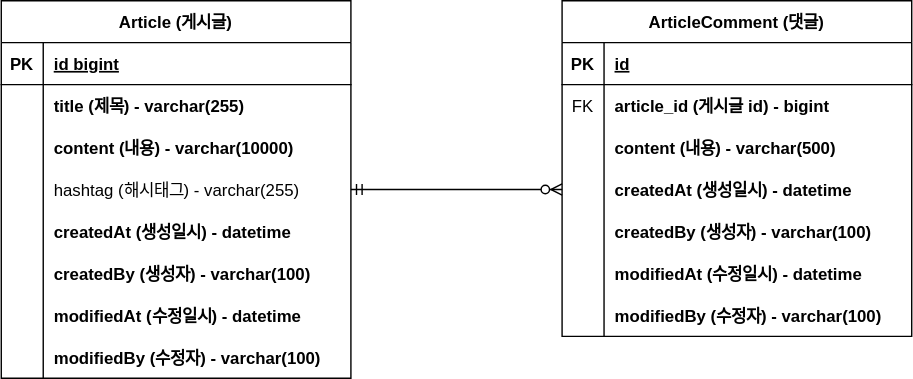
Before: document/23.08.13 - domain.drawio.svg, a diagram exported from draw.io (creedboygit/springboot-board). Source tidied: cells renumbered, new cells last; positions are measured from the earlier drawing's top-left corner, leaving out a move shared by most shapes.
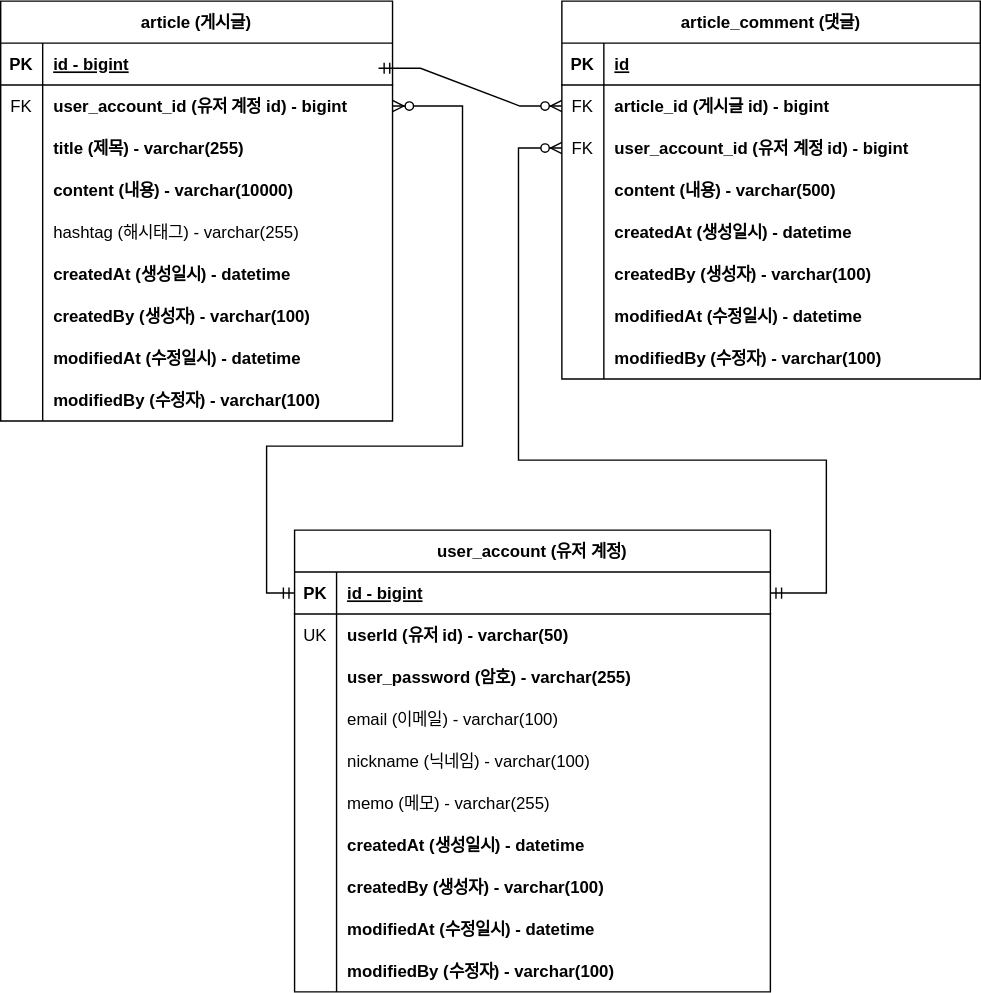
Later version of the same file.

Commit message:
23.08.13 - domain.drawio.svg이 추가되었습니다.

Diff of the diagram source:
```diff
@@ -4,7 +4,7 @@
     <mxCell id="1" parent="0" />
-    <mxCell id="2" value="Article (게시글)" style="shape=table;startSize=30;rowLines=0;fontStyle=1;align=center;" parent="1" vertex="1">
-      <mxGeometry y="90" width="250" height="270" as="geometry" />
+    <mxCell id="2" value="article (게시글)" style="shape=table;startSize=30;rowLines=0;fontStyle=1;align=center;" parent="1" vertex="1">
+      <mxGeometry y="90" width="280" height="300" as="geometry" />
     </mxCell>
     <mxCell id="3" style="shape=partialRectangle;fillColor=none;top=0;left=0;right=0;bottom=1;" parent="2" vertex="1">
-      <mxGeometry y="30" width="250" height="30" as="geometry" />
+      <mxGeometry y="30" width="280" height="30" as="geometry" />
     </mxCell>
@@ -13,16 +13,25 @@
     </mxCell>
-    <mxCell id="5" value="id bigint" style="shape=partialRectangle;overflow=hidden;fillColor=none;top=0;left=0;bottom=0;right=0;align=left;spacingLeft=6;fontStyle=5;" parent="3" vertex="1">
-      <mxGeometry x="30" width="220" height="30" as="geometry" />
+    <mxCell id="5" value="id - bigint" style="shape=partialRectangle;overflow=hidden;fillColor=none;top=0;left=0;bottom=0;right=0;align=left;spacingLeft=6;fontStyle=5;" parent="3" vertex="1">
+      <mxGeometry x="30" width="250" height="30" as="geometry" />
     </mxCell>
     <mxCell id="6" style="shape=partialRectangle;fillColor=none;points=[[0,0.5],[1,0.5]];portConstraint=eastwest;top=0;left=0;right=0;bottom=0;" parent="2" vertex="1">
-      <mxGeometry y="60" width="250" height="30" as="geometry" />
+      <mxGeometry y="60" width="280" height="30" as="geometry" />
     </mxCell>
-    <mxCell id="7" style="shape=partialRectangle;overflow=hidden;fillColor=none;top=0;left=0;bottom=0;right=0;" parent="6" vertex="1">
+    <mxCell id="7" value="FK" style="shape=partialRectangle;overflow=hidden;fillColor=none;top=0;left=0;bottom=0;right=0;" parent="6" vertex="1">
       <mxGeometry width="30" height="30" as="geometry" />
     </mxCell>
-    <mxCell id="8" value="title (제목) - varchar(255)" style="shape=partialRectangle;overflow=hidden;fillColor=none;top=0;left=0;bottom=0;right=0;align=left;spacingLeft=6;fontStyle=1;" parent="6" vertex="1">
-      <mxGeometry x="30" width="220" height="30" as="geometry" />
+    <mxCell id="8" value="user_account_id (유저 계정 id) - bigint" style="shape=partialRectangle;overflow=hidden;fillColor=none;top=0;left=0;bottom=0;right=0;align=left;spacingLeft=6;fontStyle=1;" parent="6" vertex="1">
+      <mxGeometry x="30" width="250" height="30" as="geometry" />
     </mxCell>
+    <mxCell id="50" style="shape=partialRectangle;fillColor=none;top=0;left=0;right=0;bottom=0;" parent="2" vertex="1">
+      <mxGeometry y="90" width="280" height="30" as="geometry" />
+    </mxCell>
+    <mxCell id="51" style="shape=partialRectangle;overflow=hidden;fillColor=none;top=0;left=0;bottom=0;right=0;" parent="50" vertex="1">
+      <mxGeometry width="30" height="30" as="geometry" />
+    </mxCell>
+    <mxCell id="52" value="title (제목) - varchar(255)" style="shape=partialRectangle;overflow=hidden;fillColor=none;top=0;left=0;bottom=0;right=0;align=left;spacingLeft=6;fontStyle=1;" parent="50" vertex="1">
+      <mxGeometry x="30" width="250" height="30" as="geometry" />
+    </mxCell>
     <mxCell id="9" style="shape=partialRectangle;fillColor=none;top=0;left=0;right=0;bottom=0;" parent="2" vertex="1">
-      <mxGeometry y="90" width="250" height="30" as="geometry" />
+      <mxGeometry y="120" width="280" height="30" as="geometry" />
     </mxCell>
@@ -32,6 +41,6 @@
     <mxCell id="11" value="content (내용) - varchar(10000)" style="shape=partialRectangle;overflow=hidden;fillColor=none;top=0;left=0;bottom=0;right=0;align=left;spacingLeft=6;fontStyle=1;" parent="9" vertex="1">
-      <mxGeometry x="30" width="220" height="30" as="geometry" />
+      <mxGeometry x="30" width="250" height="30" as="geometry" />
     </mxCell>
     <mxCell id="12" style="shape=partialRectangle;fillColor=none;points=[[0,0.5],[1,0.5]];portConstraint=eastwest;top=0;left=0;right=0;bottom=0;" parent="2" vertex="1">
-      <mxGeometry y="120" width="250" height="30" as="geometry" />
+      <mxGeometry y="150" width="280" height="30" as="geometry" />
     </mxCell>
@@ -41,6 +50,6 @@
     <mxCell id="14" value="hashtag (해시태그) - varchar(255)" style="shape=partialRectangle;overflow=hidden;fillColor=none;top=0;left=0;bottom=0;right=0;align=left;spacingLeft=6;" parent="12" vertex="1">
-      <mxGeometry x="30" width="220" height="30" as="geometry" />
+      <mxGeometry x="30" width="250" height="30" as="geometry" />
     </mxCell>
     <mxCell id="15" style="shape=partialRectangle;fillColor=none;top=0;left=0;right=0;bottom=0;" parent="2" vertex="1">
-      <mxGeometry y="150" width="250" height="30" as="geometry" />
+      <mxGeometry y="180" width="280" height="30" as="geometry" />
     </mxCell>
@@ -50,6 +59,6 @@
     <mxCell id="17" value="createdAt (생성일시) - datetime" style="shape=partialRectangle;overflow=hidden;fillColor=none;top=0;left=0;bottom=0;right=0;align=left;spacingLeft=6;fontStyle=1;" parent="15" vertex="1">
-      <mxGeometry x="30" width="220" height="30" as="geometry" />
+      <mxGeometry x="30" width="250" height="30" as="geometry" />
     </mxCell>
     <mxCell id="18" style="shape=partialRectangle;fillColor=none;top=0;left=0;right=0;bottom=0;" parent="2" vertex="1">
-      <mxGeometry y="180" width="250" height="30" as="geometry" />
+      <mxGeometry y="210" width="280" height="30" as="geometry" />
     </mxCell>
@@ -59,6 +68,6 @@
     <mxCell id="20" value="createdBy (생성자) - varchar(100)" style="shape=partialRectangle;overflow=hidden;fillColor=none;top=0;left=0;bottom=0;right=0;align=left;spacingLeft=6;fontStyle=1;" parent="18" vertex="1">
-      <mxGeometry x="30" width="220" height="30" as="geometry" />
+      <mxGeometry x="30" width="250" height="30" as="geometry" />
     </mxCell>
     <mxCell id="21" style="shape=partialRectangle;fillColor=none;top=0;left=0;right=0;bottom=0;" parent="2" vertex="1">
-      <mxGeometry y="210" width="250" height="30" as="geometry" />
+      <mxGeometry y="240" width="280" height="30" as="geometry" />
     </mxCell>
@@ -68,6 +77,6 @@
     <mxCell id="23" value="modifiedAt (수정일시) - datetime" style="shape=partialRectangle;overflow=hidden;fillColor=none;top=0;left=0;bottom=0;right=0;align=left;spacingLeft=6;fontStyle=1;" parent="21" vertex="1">
-      <mxGeometry x="30" width="220" height="30" as="geometry" />
+      <mxGeometry x="30" width="250" height="30" as="geometry" />
     </mxCell>
     <mxCell id="24" style="shape=partialRectangle;fillColor=none;top=0;left=0;right=0;bottom=0;" parent="2" vertex="1">
-      <mxGeometry y="240" width="250" height="30" as="geometry" />
+      <mxGeometry y="270" width="280" height="30" as="geometry" />
     </mxCell>
@@ -77,9 +86,9 @@
     <mxCell id="26" value="modifiedBy (수정자) - varchar(100)" style="shape=partialRectangle;overflow=hidden;fillColor=none;top=0;left=0;bottom=0;right=0;align=left;spacingLeft=6;fontStyle=1;" parent="24" vertex="1">
-      <mxGeometry x="30" width="220" height="30" as="geometry" />
+      <mxGeometry x="30" width="250" height="30" as="geometry" />
     </mxCell>
-    <mxCell id="27" value="ArticleComment (댓글)" style="shape=table;startSize=30;rowLines=0;fontStyle=1;align=center;" parent="1" vertex="1">
-      <mxGeometry x="401" y="90" width="250" height="240" as="geometry" />
+    <mxCell id="27" value="article_comment (댓글)" style="shape=table;startSize=30;rowLines=0;fontStyle=1;align=center;" parent="1" vertex="1">
+      <mxGeometry x="401" y="90" width="299" height="270" as="geometry" />
     </mxCell>
     <mxCell id="28" style="shape=partialRectangle;fillColor=none;top=0;left=0;right=0;bottom=1;" parent="27" vertex="1">
-      <mxGeometry y="30" width="250" height="30" as="geometry" />
+      <mxGeometry y="30" width="299" height="30" as="geometry" />
     </mxCell>
@@ -89,6 +98,6 @@
     <mxCell id="30" value="id" style="shape=partialRectangle;overflow=hidden;fillColor=none;top=0;left=0;bottom=0;right=0;align=left;spacingLeft=6;fontStyle=5;" parent="28" vertex="1">
-      <mxGeometry x="30" width="220" height="30" as="geometry" />
+      <mxGeometry x="30" width="269" height="30" as="geometry" />
     </mxCell>
     <mxCell id="31" style="shape=partialRectangle;fillColor=none;points=[[0,0.5],[1,0.5]];portConstraint=eastwest;top=0;left=0;right=0;bottom=0;" parent="27" vertex="1">
-      <mxGeometry y="60" width="250" height="30" as="geometry" />
+      <mxGeometry y="60" width="299" height="30" as="geometry" />
     </mxCell>
@@ -98,15 +107,24 @@
     <mxCell id="33" value="article_id (게시글 id) - bigint" style="shape=partialRectangle;overflow=hidden;fillColor=none;top=0;left=0;bottom=0;right=0;align=left;spacingLeft=6;fontStyle=1;" parent="31" vertex="1">
-      <mxGeometry x="30" width="220" height="30" as="geometry" />
+      <mxGeometry x="30" width="269" height="30" as="geometry" />
     </mxCell>
-    <mxCell id="34" style="shape=partialRectangle;fillColor=none;top=0;left=0;right=0;bottom=0;" parent="27" vertex="1">
-      <mxGeometry y="90" width="250" height="30" as="geometry" />
-    </mxCell>
-    <mxCell id="35" style="shape=partialRectangle;overflow=hidden;fillColor=none;top=0;left=0;bottom=0;right=0;" parent="34" vertex="1">
-      <mxGeometry width="30" height="30" as="geometry" />
-    </mxCell>
+    <mxCell id="53" style="shape=partialRectangle;fillColor=none;points=[[0,0.5],[1,0.5]];portConstraint=eastwest;top=0;left=0;right=0;bottom=0;" parent="27" vertex="1">
+      <mxGeometry y="90" width="299" height="30" as="geometry" />
+    </mxCell>
+    <mxCell id="54" value="FK" style="shape=partialRectangle;overflow=hidden;fillColor=none;top=0;left=0;bottom=0;right=0;" parent="53" vertex="1">
+      <mxGeometry width="30" height="30" as="geometry" />
+    </mxCell>
+    <mxCell id="55" value="user_account_id (유저 계정 id) - bigint" style="shape=partialRectangle;overflow=hidden;fillColor=none;top=0;left=0;bottom=0;right=0;align=left;spacingLeft=6;fontStyle=1;" parent="53" vertex="1">
+      <mxGeometry x="30" width="269" height="30" as="geometry" />
+    </mxCell>
+    <mxCell id="56" style="shape=partialRectangle;fillColor=none;top=0;left=0;right=0;bottom=0;" parent="27" vertex="1">
+      <mxGeometry y="120" width="299" height="30" as="geometry" />
+    </mxCell>
+    <mxCell id="57" style="shape=partialRectangle;overflow=hidden;fillColor=none;top=0;left=0;bottom=0;right=0;" parent="56" vertex="1">
+      <mxGeometry width="30" height="30" as="geometry" />
+    </mxCell>
-    <mxCell id="36" value="content (내용) - varchar(500)" style="shape=partialRectangle;overflow=hidden;fillColor=none;top=0;left=0;bottom=0;right=0;align=left;spacingLeft=6;fontStyle=1;" parent="34" vertex="1">
-      <mxGeometry x="30" width="220" height="30" as="geometry" />
+    <mxCell id="36" value="content (내용) - varchar(500)" style="shape=partialRectangle;overflow=hidden;fillColor=none;top=0;left=0;bottom=0;right=0;align=left;spacingLeft=6;fontStyle=1;" parent="56" vertex="1">
+      <mxGeometry x="30" width="269" height="30" as="geometry" />
     </mxCell>
     <mxCell id="37" style="shape=partialRectangle;fillColor=none;points=[[0,0.5],[1,0.5]];portConstraint=eastwest;top=0;left=0;right=0;bottom=0;" parent="27" vertex="1">
-      <mxGeometry y="120" width="250" height="30" as="geometry" />
+      <mxGeometry y="150" width="299" height="30" as="geometry" />
     </mxCell>
@@ -116,6 +134,6 @@
     <mxCell id="39" value="createdAt (생성일시) - datetime" style="shape=partialRectangle;overflow=hidden;fillColor=none;top=0;left=0;bottom=0;right=0;align=left;spacingLeft=6;fontStyle=1;" parent="37" vertex="1">
-      <mxGeometry x="30" width="220" height="30" as="geometry" />
+      <mxGeometry x="30" width="269" height="30" as="geometry" />
     </mxCell>
     <mxCell id="40" style="shape=partialRectangle;fillColor=none;top=0;left=0;right=0;bottom=0;" parent="27" vertex="1">
-      <mxGeometry y="150" width="250" height="30" as="geometry" />
+      <mxGeometry y="180" width="299" height="30" as="geometry" />
     </mxCell>
@@ -125,6 +143,6 @@
     <mxCell id="42" value="createdBy (생성자) - varchar(100)" style="shape=partialRectangle;overflow=hidden;fillColor=none;top=0;left=0;bottom=0;right=0;align=left;spacingLeft=6;fontStyle=1;" parent="40" vertex="1">
-      <mxGeometry x="30" width="220" height="30" as="geometry" />
+      <mxGeometry x="30" width="269" height="30" as="geometry" />
     </mxCell>
     <mxCell id="43" style="shape=partialRectangle;fillColor=none;top=0;left=0;right=0;bottom=0;" parent="27" vertex="1">
-      <mxGeometry y="180" width="250" height="30" as="geometry" />
+      <mxGeometry y="210" width="299" height="30" as="geometry" />
     </mxCell>
@@ -134,6 +152,6 @@
     <mxCell id="45" value="modifiedAt (수정일시) - datetime" style="shape=partialRectangle;overflow=hidden;fillColor=none;top=0;left=0;bottom=0;right=0;align=left;spacingLeft=6;fontStyle=1;" parent="43" vertex="1">
-      <mxGeometry x="30" width="220" height="30" as="geometry" />
+      <mxGeometry x="30" width="269" height="30" as="geometry" />
     </mxCell>
     <mxCell id="46" style="shape=partialRectangle;fillColor=none;top=0;left=0;right=0;bottom=0;" parent="27" vertex="1">
-      <mxGeometry y="210" width="250" height="30" as="geometry" />
+      <mxGeometry y="240" width="299" height="30" as="geometry" />
     </mxCell>
@@ -143,9 +161,10 @@
     <mxCell id="48" value="modifiedBy (수정자) - varchar(100)" style="shape=partialRectangle;overflow=hidden;fillColor=none;top=0;left=0;bottom=0;right=0;align=left;spacingLeft=6;fontStyle=1;" parent="46" vertex="1">
-      <mxGeometry x="30" width="220" height="30" as="geometry" />
+      <mxGeometry x="30" width="269" height="30" as="geometry" />
     </mxCell>
-    <mxCell id="49" style="edgeStyle=entityRelationEdgeStyle;fontSize=12;html=1;endArrow=ERzeroToMany;startArrow=ERmandOne;rounded=0;exitX=1;exitY=0.5;exitDx=0;exitDy=0;entryX=0;entryY=0.5;entryDx=0;entryDy=0;" parent="1" edge="1" source="12" target="37">
+    <mxCell id="49" style="edgeStyle=entityRelationEdgeStyle;fontSize=12;html=1;endArrow=ERzeroToMany;startArrow=ERmandOne;rounded=0;exitX=1;exitY=0.5;exitDx=0;exitDy=0;entryX=0;entryY=0.5;entryDx=0;entryDy=0;" parent="1" edge="1" target="31">
       <mxGeometry relative="1" as="geometry">
+        <mxPoint x="270" y="138" as="sourcePoint" />
         <Array as="points">
-          <mxPoint x="30" />
-          <mxPoint x="200" y="150" />
+          <mxPoint x="20" y="-117" />
+          <mxPoint x="190" y="33" />
         </Array>
@@ -153,2 +172,115 @@
     </mxCell>
+    <mxCell id="58" value="user_account (유저 계정)" style="shape=table;startSize=30;rowLines=0;fontStyle=1;align=center;" parent="1" vertex="1">
+      <mxGeometry x="210" y="468" width="340" height="330" as="geometry" />
+    </mxCell>
+    <mxCell id="59" style="shape=partialRectangle;fillColor=none;points=[[0,0.5],[1,0.5]];portConstraint=eastwest;top=0;left=0;right=0;bottom=1;" parent="58" vertex="1">
+      <mxGeometry y="30" width="340" height="30" as="geometry" />
+    </mxCell>
+    <mxCell id="60" value="PK" style="shape=partialRectangle;overflow=hidden;fillColor=none;top=0;left=0;bottom=0;right=0;fontStyle=1;" parent="59" vertex="1">
+      <mxGeometry width="30" height="30" as="geometry" />
+    </mxCell>
+    <mxCell id="61" value="id - bigint" style="shape=partialRectangle;overflow=hidden;fillColor=none;top=0;left=0;bottom=0;right=0;align=left;spacingLeft=6;fontStyle=5;" parent="59" vertex="1">
+      <mxGeometry x="30" width="310" height="30" as="geometry" />
+    </mxCell>
+    <mxCell id="62" style="shape=partialRectangle;fillColor=none;top=0;left=0;right=0;bottom=0;" parent="58" vertex="1">
+      <mxGeometry y="60" width="340" height="30" as="geometry" />
+    </mxCell>
+    <mxCell id="63" value="UK" style="shape=partialRectangle;overflow=hidden;fillColor=none;top=0;left=0;bottom=0;right=0;" parent="62" vertex="1">
+      <mxGeometry width="30" height="30" as="geometry" />
+    </mxCell>
+    <mxCell id="64" value="userId (유저 id) - varchar(50)" style="shape=partialRectangle;overflow=hidden;fillColor=none;top=0;left=0;bottom=0;right=0;align=left;spacingLeft=6;fontStyle=1;" parent="62" vertex="1">
+      <mxGeometry x="30" width="310" height="30" as="geometry" />
+    </mxCell>
+    <mxCell id="65" style="shape=partialRectangle;fillColor=none;top=0;left=0;right=0;bottom=0;" parent="58" vertex="1">
+      <mxGeometry y="90" width="340" height="30" as="geometry" />
+    </mxCell>
+    <mxCell id="66" style="shape=partialRectangle;overflow=hidden;fillColor=none;top=0;left=0;bottom=0;right=0;" parent="65" vertex="1">
+      <mxGeometry width="30" height="30" as="geometry" />
+    </mxCell>
+    <mxCell id="67" value="user_password (암호) - varchar(255)" style="shape=partialRectangle;overflow=hidden;fillColor=none;top=0;left=0;bottom=0;right=0;align=left;spacingLeft=6;fontStyle=1;" parent="65" vertex="1">
+      <mxGeometry x="30" width="310" height="30" as="geometry" />
+    </mxCell>
+    <mxCell id="68" style="shape=partialRectangle;fillColor=none;top=0;left=0;right=0;bottom=0;" parent="58" vertex="1">
+      <mxGeometry y="120" width="340" height="30" as="geometry" />
+    </mxCell>
+    <mxCell id="69" style="shape=partialRectangle;overflow=hidden;fillColor=none;top=0;left=0;bottom=0;right=0;" parent="68" vertex="1">
+      <mxGeometry width="30" height="30" as="geometry" />
+    </mxCell>
+    <mxCell id="70" value="email (이메일) - varchar(100)" style="shape=partialRectangle;overflow=hidden;fillColor=none;top=0;left=0;bottom=0;right=0;align=left;spacingLeft=6;" parent="68" vertex="1">
+      <mxGeometry x="30" width="310" height="30" as="geometry" />
+    </mxCell>
+    <mxCell id="71" style="shape=partialRectangle;fillColor=none;top=0;left=0;right=0;bottom=0;" parent="58" vertex="1">
+      <mxGeometry y="150" width="340" height="30" as="geometry" />
+    </mxCell>
+    <mxCell id="72" style="shape=partialRectangle;overflow=hidden;fillColor=none;top=0;left=0;bottom=0;right=0;" parent="71" vertex="1">
+      <mxGeometry width="30" height="30" as="geometry" />
+    </mxCell>
+    <mxCell id="73" value="nickname (닉네임) - varchar(100)" style="shape=partialRectangle;overflow=hidden;fillColor=none;top=0;left=0;bottom=0;right=0;align=left;spacingLeft=6;" parent="71" vertex="1">
+      <mxGeometry x="30" width="310" height="30" as="geometry" />
+    </mxCell>
+    <mxCell id="74" style="shape=partialRectangle;fillColor=none;top=0;left=0;right=0;bottom=0;" parent="58" vertex="1">
+      <mxGeometry y="180" width="340" height="30" as="geometry" />
+    </mxCell>
+    <mxCell id="75" style="shape=partialRectangle;overflow=hidden;fillColor=none;top=0;left=0;bottom=0;right=0;" parent="74" vertex="1">
+      <mxGeometry width="30" height="30" as="geometry" />
+    </mxCell>
+    <mxCell id="76" value="memo (메모) - varchar(255)" style="shape=partialRectangle;overflow=hidden;fillColor=none;top=0;left=0;bottom=0;right=0;align=left;spacingLeft=6;" parent="74" vertex="1">
+      <mxGeometry x="30" width="310" height="30" as="geometry" />
+    </mxCell>
+    <mxCell id="77" style="shape=partialRectangle;fillColor=none;top=0;left=0;right=0;bottom=0;" parent="58" vertex="1">
+      <mxGeometry y="210" width="340" height="30" as="geometry" />
+    </mxCell>
+    <mxCell id="78" style="shape=partialRectangle;overflow=hidden;fillColor=none;top=0;left=0;bottom=0;right=0;" parent="77" vertex="1">
+      <mxGeometry width="30" height="30" as="geometry" />
+    </mxCell>
+    <mxCell id="79" value="createdAt (생성일시) - datetime" style="shape=partialRectangle;overflow=hidden;fillColor=none;top=0;left=0;bottom=0;right=0;align=left;spacingLeft=6;fontStyle=1;" parent="77" vertex="1">
+      <mxGeometry x="30" width="310" height="30" as="geometry" />
+    </mxCell>
+    <mxCell id="80" style="shape=partialRectangle;fillColor=none;top=0;left=0;right=0;bottom=0;" parent="58" vertex="1">
+      <mxGeometry y="240" width="340" height="30" as="geometry" />
+    </mxCell>
+    <mxCell id="81" style="shape=partialRectangle;overflow=hidden;fillColor=none;top=0;left=0;bottom=0;right=0;" parent="80" vertex="1">
+      <mxGeometry width="30" height="30" as="geometry" />
+    </mxCell>
+    <mxCell id="82" value="createdBy (생성자) - varchar(100)" style="shape=partialRectangle;overflow=hidden;fillColor=none;top=0;left=0;bottom=0;right=0;align=left;spacingLeft=6;fontStyle=1;" parent="80" vertex="1">
+      <mxGeometry x="30" width="310" height="30" as="geometry" />
+    </mxCell>
+    <mxCell id="83" style="shape=partialRectangle;fillColor=none;top=0;left=0;right=0;bottom=0;" parent="58" vertex="1">
+      <mxGeometry y="270" width="340" height="30" as="geometry" />
+    </mxCell>
+    <mxCell id="84" style="shape=partialRectangle;overflow=hidden;fillColor=none;top=0;left=0;bottom=0;right=0;" parent="83" vertex="1">
+      <mxGeometry width="30" height="30" as="geometry" />
+    </mxCell>
+    <mxCell id="85" value="modifiedAt (수정일시) - datetime" style="shape=partialRectangle;overflow=hidden;fillColor=none;top=0;left=0;bottom=0;right=0;align=left;spacingLeft=6;fontStyle=1;" parent="83" vertex="1">
+      <mxGeometry x="30" width="310" height="30" as="geometry" />
+    </mxCell>
+    <mxCell id="86" style="shape=partialRectangle;fillColor=none;top=0;left=0;right=0;bottom=0;" parent="58" vertex="1">
+      <mxGeometry y="300" width="340" height="30" as="geometry" />
+    </mxCell>
+    <mxCell id="87" style="shape=partialRectangle;overflow=hidden;fillColor=none;top=0;left=0;bottom=0;right=0;" parent="86" vertex="1">
+      <mxGeometry width="30" height="30" as="geometry" />
+    </mxCell>
+    <mxCell id="88" value="modifiedBy (수정자) - varchar(100)" style="shape=partialRectangle;overflow=hidden;fillColor=none;top=0;left=0;bottom=0;right=0;align=left;spacingLeft=6;fontStyle=1;" parent="86" vertex="1">
+      <mxGeometry x="30" width="310" height="30" as="geometry" />
+    </mxCell>
+    <mxCell id="89" style="edgeStyle=orthogonalEdgeStyle;fontSize=12;html=1;endArrow=ERzeroToMany;startArrow=ERmandOne;rounded=0;exitX=0;exitY=0.5;exitDx=0;exitDy=0;entryX=1;entryY=0.5;entryDx=0;entryDy=0;" parent="1" edge="1" source="59" target="6">
+      <mxGeometry relative="1" as="geometry">
+        <Array as="points">
+          <mxPoint x="190" y="513" />
+          <mxPoint x="190" y="408" />
+          <mxPoint x="330" y="408" />
+          <mxPoint x="330" y="165" />
+        </Array>
+      </mxGeometry>
+    </mxCell>
+    <mxCell id="90" style="edgeStyle=orthogonalEdgeStyle;fontSize=12;html=1;endArrow=ERzeroToMany;startArrow=ERmandOne;rounded=0;exitX=1;exitY=0.5;exitDx=0;exitDy=0;" parent="1" edge="1" source="59" target="53">
+      <mxGeometry relative="1" as="geometry">
+        <Array as="points">
+          <mxPoint x="590" y="513" />
+          <mxPoint x="590" y="418" />
+          <mxPoint x="370" y="418" />
+          <mxPoint x="370" y="195" />
+        </Array>
+      </mxGeometry>
+    </mxCell>
   </root>
```
